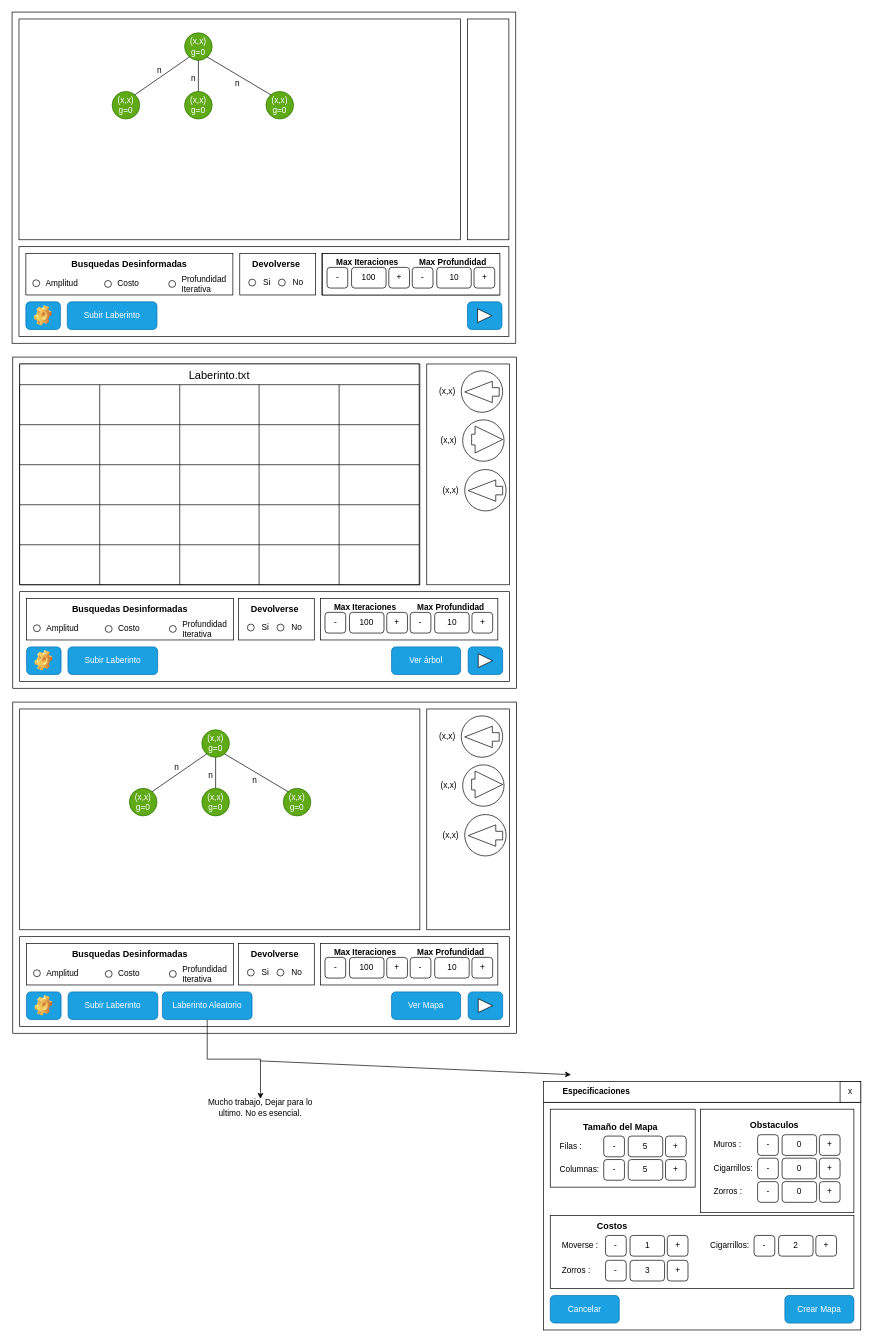
DanielG000/IA-Agentes_y_Laberintos keeps this draw.io diagram as Documentacion/Mockups.drawio. Above is the earlier version. Source tidied: cells renumbered, new cells numbered last; positions are measured from the earlier drawing's top-left corner, leaving out a move shared by most shapes. Both pictures are drawn from the tidied source at 69%, with x=0, y=0 at pixel (12, 12).
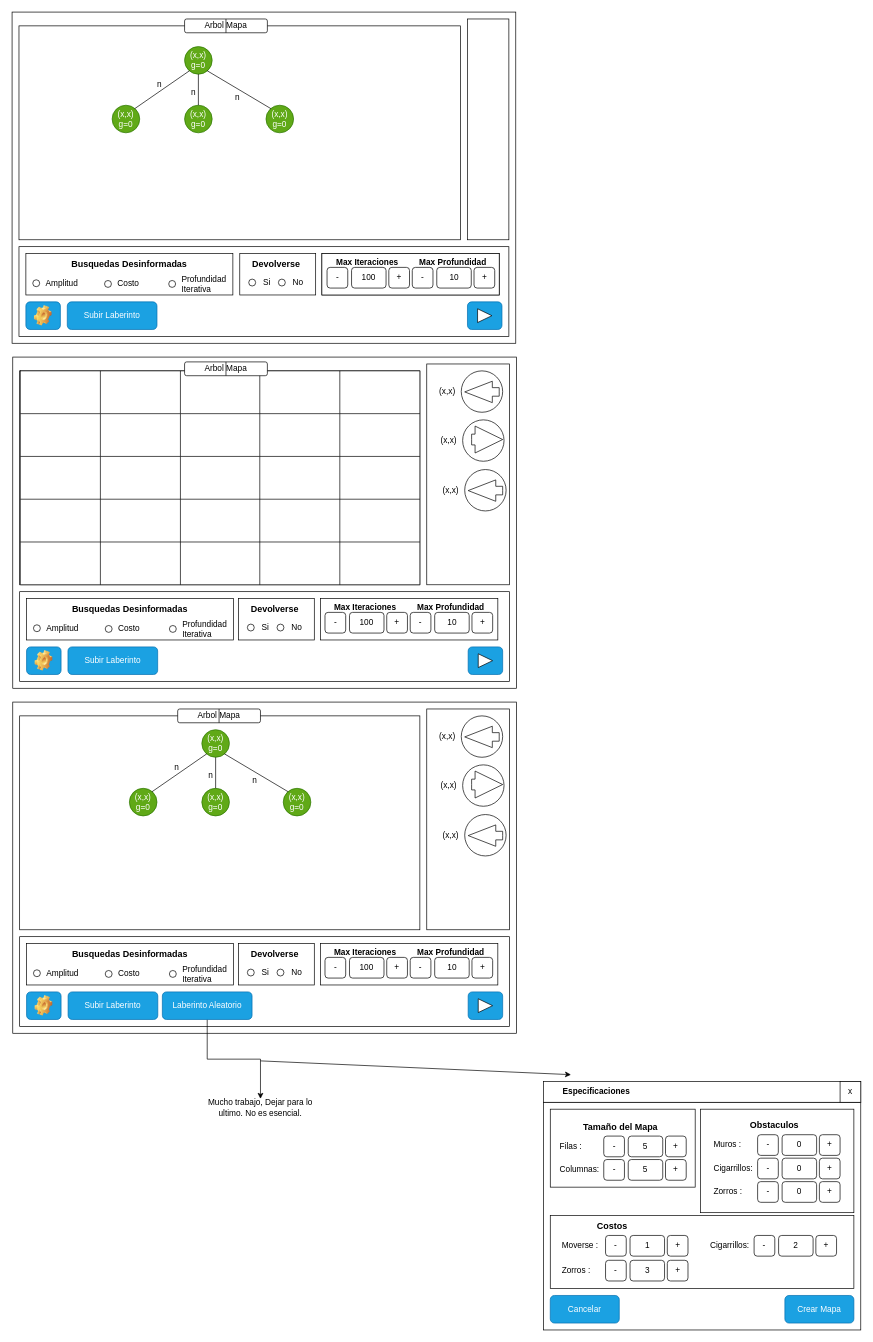
Above is the later version.

The change refers to these unchanged cells:
```xml
<mxCell id="45" style="ellipse;whiteSpace=wrap;html=1;fillColor=#60a917;fontColor=#ffffff;strokeColor=#2D7600;" parent="44" vertex="1">
  <mxGeometry width="40" height="40" as="geometry" />
</mxCell>
```

What changed in the source:
```diff
@@
     <mxCell id="11" style="rounded=0;whiteSpace=wrap;html=1;" parent="1" vertex="1">
-      <mxGeometry x="10" y="10" width="640" height="320" as="geometry" />
+      <mxGeometry x="10" y="20" width="640" height="310" as="geometry" />
     </mxCell>
@@
     <mxCell id="35" style="group;" parent="1" vertex="1">
-      <mxGeometry x="250" y="30" width="40" height="40" as="geometry" />
+      <mxGeometry x="250" y="50" width="40" height="40" as="geometry" />
     </mxCell>
@@
     <mxCell id="38" style="group;" parent="1" vertex="1">
-      <mxGeometry x="145" y="115" width="40" height="40" as="geometry" />
+      <mxGeometry x="145" y="135" width="40" height="40" as="geometry" />
     </mxCell>
@@
     <mxCell id="41" style="group;" parent="1" vertex="1">
-      <mxGeometry x="368" y="115" width="40" height="40" as="geometry" />
+      <mxGeometry x="368" y="135" width="40" height="40" as="geometry" />
     </mxCell>
@@
     <mxCell id="44" style="group;" parent="1" vertex="1">
-      <mxGeometry x="250" y="115" width="40" height="40" as="geometry" />
+      <mxGeometry x="250" y="135" width="40" height="40" as="geometry" />
     </mxCell>
@@
     <mxCell id="48" style="endArrow=none;html=1;rounded=0;exitX=0.5;exitY=0;exitDx=0;exitDy=0;" parent="1" edge="1" source="45">
       <mxGeometry relative="1" as="geometry">
-        <mxPoint x="270" y="70" as="targetPoint" />
+        <mxPoint x="270" y="90" as="targetPoint" />
       </mxGeometry>
     </mxCell>
     <mxCell id="49" value="n" style="text;html=1;strokeColor=none;fillColor=none;align=center;verticalAlign=middle;whiteSpace=wrap;rounded=0;" parent="1" vertex="1">
-      <mxGeometry x="183.5" y="70" width="60" height="30" as="geometry" />
+      <mxGeometry x="183.5" y="90" width="60" height="30" as="geometry" />
     </mxCell>
     <mxCell id="50" value="n" style="text;html=1;strokeColor=none;fillColor=none;align=center;verticalAlign=middle;whiteSpace=wrap;rounded=0;" parent="1" vertex="1">
-      <mxGeometry x="232.5" y="81" width="60" height="30" as="geometry" />
+      <mxGeometry x="232.5" y="101" width="60" height="30" as="geometry" />
     </mxCell>
     <mxCell id="51" value="n" style="text;html=1;strokeColor=none;fillColor=none;align=center;verticalAlign=middle;whiteSpace=wrap;rounded=0;" parent="1" vertex="1">
-      <mxGeometry x="296.5" y="89" width="60" height="30" as="geometry" />
+      <mxGeometry x="296.5" y="109" width="60" height="30" as="geometry" />
     </mxCell>
@@
     <mxCell id="54" style="rounded=0;whiteSpace=wrap;html=1;" parent="1" vertex="1">
-      <mxGeometry x="11" y="510" width="580" height="320" as="geometry" />
+      <mxGeometry x="11" y="520" width="580" height="310" as="geometry" />
     </mxCell>
@@
-    <mxCell id="80" value="Laberinto.txt" style="shape=table;startSize=30;childLayout=tableLayout;strokeColor=default;fontSize=16;" parent="1" vertex="1">
-      <mxGeometry x="11" y="510" width="579" height="320" as="geometry" />
+    <mxCell id="80" style="shape=table;startSize=0;childLayout=tableLayout;strokeColor=default;fontSize=16;" parent="1" vertex="1">
+      <mxGeometry x="12" y="520" width="579" height="310" as="geometry" />
     </mxCell>
     <mxCell id="81" style="shape=tableRow;horizontal=0;startSize=0;swimlaneHead=0;swimlaneBody=0;strokeColor=inherit;top=0;left=0;bottom=0;right=0;fillColor=none;fontSize=16;" parent="80" vertex="1">
-      <mxGeometry y="30" width="579" height="58" as="geometry" />
+      <mxGeometry width="579" height="62" as="geometry" />
     </mxCell>
     <mxCell id="82" style="shape=partialRectangle;html=1;whiteSpace=wrap;strokeColor=inherit;overflow=hidden;fillColor=none;top=0;left=0;bottom=0;right=0;fontSize=16;" parent="81" vertex="1">
-      <mxGeometry width="116" height="58" as="geometry" />
+      <mxGeometry width="116" height="62" as="geometry" />
     </mxCell>
     <mxCell id="83" style="shape=partialRectangle;html=1;whiteSpace=wrap;strokeColor=inherit;overflow=hidden;fillColor=none;top=0;left=0;bottom=0;right=0;fontSize=16;" parent="81" vertex="1">
-      <mxGeometry x="116" width="116" height="58" as="geometry" />
+      <mxGeometry x="116" width="116" height="62" as="geometry" />
     </mxCell>
     <mxCell id="84" style="shape=partialRectangle;html=1;whiteSpace=wrap;strokeColor=inherit;overflow=hidden;fillColor=none;top=0;left=0;bottom=0;right=0;fontSize=16;" parent="81" vertex="1">
-      <mxGeometry x="232" width="115" height="58" as="geometry" />
+      <mxGeometry x="232" width="115" height="62" as="geometry" />
     </mxCell>
     <mxCell id="85" style="shape=partialRectangle;html=1;whiteSpace=wrap;strokeColor=inherit;overflow=hidden;fillColor=none;top=0;left=0;bottom=0;right=0;fontSize=16;" parent="81" vertex="1">
-      <mxGeometry x="347" width="116" height="58" as="geometry" />
+      <mxGeometry x="347" width="116" height="62" as="geometry" />
     </mxCell>
     <mxCell id="86" style="shape=partialRectangle;html=1;whiteSpace=wrap;strokeColor=inherit;overflow=hidden;fillColor=none;top=0;left=0;bottom=0;right=0;fontSize=16;" parent="81" vertex="1">
-      <mxGeometry x="463" width="116" height="58" as="geometry" />
+      <mxGeometry x="463" width="116" height="62" as="geometry" />
     </mxCell>
     <mxCell id="87" style="shape=tableRow;horizontal=0;startSize=0;swimlaneHead=0;swimlaneBody=0;strokeColor=inherit;top=0;left=0;bottom=0;right=0;fillColor=none;fontSize=16;" parent="80" vertex="1">
-      <mxGeometry y="88" width="579" height="58" as="geometry" />
+      <mxGeometry y="62" width="579" height="62" as="geometry" />
     </mxCell>
     <mxCell id="88" style="shape=partialRectangle;html=1;whiteSpace=wrap;strokeColor=inherit;overflow=hidden;fillColor=none;top=0;left=0;bottom=0;right=0;fontSize=16;" parent="87" vertex="1">
-      <mxGeometry width="116" height="58" as="geometry" />
+      <mxGeometry width="116" height="62" as="geometry" />
     </mxCell>
     <mxCell id="89" style="shape=partialRectangle;html=1;whiteSpace=wrap;strokeColor=inherit;overflow=hidden;fillColor=none;top=0;left=0;bottom=0;right=0;fontSize=16;" parent="87" vertex="1">
-      <mxGeometry x="116" width="116" height="58" as="geometry" />
+      <mxGeometry x="116" width="116" height="62" as="geometry" />
     </mxCell>
     <mxCell id="90" style="shape=partialRectangle;html=1;whiteSpace=wrap;strokeColor=inherit;overflow=hidden;fillColor=none;top=0;left=0;bottom=0;right=0;fontSize=16;" parent="87" vertex="1">
-      <mxGeometry x="232" width="115" height="58" as="geometry" />
+      <mxGeometry x="232" width="115" height="62" as="geometry" />
     </mxCell>
     <mxCell id="91" style="shape=partialRectangle;html=1;whiteSpace=wrap;strokeColor=inherit;overflow=hidden;fillColor=none;top=0;left=0;bottom=0;right=0;fontSize=16;" parent="87" vertex="1">
-      <mxGeometry x="347" width="116" height="58" as="geometry" />
+      <mxGeometry x="347" width="116" height="62" as="geometry" />
     </mxCell>
     <mxCell id="92" style="shape=partialRectangle;html=1;whiteSpace=wrap;strokeColor=inherit;overflow=hidden;fillColor=none;top=0;left=0;bottom=0;right=0;fontSize=16;" parent="87" vertex="1">
-      <mxGeometry x="463" width="116" height="58" as="geometry" />
+      <mxGeometry x="463" width="116" height="62" as="geometry" />
     </mxCell>
     <mxCell id="93" style="shape=tableRow;horizontal=0;startSize=0;swimlaneHead=0;swimlaneBody=0;strokeColor=inherit;top=0;left=0;bottom=0;right=0;fillColor=none;fontSize=16;" parent="80" vertex="1">
-      <mxGeometry y="146" width="579" height="58" as="geometry" />
+      <mxGeometry y="124" width="579" height="62" as="geometry" />
     </mxCell>
     <mxCell id="94" style="shape=partialRectangle;html=1;whiteSpace=wrap;strokeColor=inherit;overflow=hidden;fillColor=none;top=0;left=0;bottom=0;right=0;fontSize=16;" parent="93" vertex="1">
-      <mxGeometry width="116" height="58" as="geometry" />
+      <mxGeometry width="116" height="62" as="geometry" />
     </mxCell>
     <mxCell id="95" style="shape=partialRectangle;html=1;whiteSpace=wrap;strokeColor=inherit;overflow=hidden;fillColor=none;top=0;left=0;bottom=0;right=0;fontSize=16;" parent="93" vertex="1">
-      <mxGeometry x="116" width="116" height="58" as="geometry" />
+      <mxGeometry x="116" width="116" height="62" as="geometry" />
     </mxCell>
     <mxCell id="96" style="shape=partialRectangle;html=1;whiteSpace=wrap;strokeColor=inherit;overflow=hidden;fillColor=none;top=0;left=0;bottom=0;right=0;fontSize=16;" parent="93" vertex="1">
-      <mxGeometry x="232" width="115" height="58" as="geometry" />
+      <mxGeometry x="232" width="115" height="62" as="geometry" />
     </mxCell>
     <mxCell id="97" style="shape=partialRectangle;html=1;whiteSpace=wrap;strokeColor=inherit;overflow=hidden;fillColor=none;top=0;left=0;bottom=0;right=0;fontSize=16;" parent="93" vertex="1">
-      <mxGeometry x="347" width="116" height="58" as="geometry" />
+      <mxGeometry x="347" width="116" height="62" as="geometry" />
     </mxCell>
     <mxCell id="98" style="shape=partialRectangle;html=1;whiteSpace=wrap;strokeColor=inherit;overflow=hidden;fillColor=none;top=0;left=0;bottom=0;right=0;fontSize=16;" parent="93" vertex="1">
-      <mxGeometry x="463" width="116" height="58" as="geometry" />
+      <mxGeometry x="463" width="116" height="62" as="geometry" />
     </mxCell>
     <mxCell id="99" style="shape=tableRow;horizontal=0;startSize=0;swimlaneHead=0;swimlaneBody=0;strokeColor=inherit;top=0;left=0;bottom=0;right=0;fillColor=none;fontSize=16;" parent="80" vertex="1">
-      <mxGeometry y="204" width="579" height="58" as="geometry" />
+      <mxGeometry y="186" width="579" height="62" as="geometry" />
     </mxCell>
     <mxCell id="100" style="shape=partialRectangle;html=1;whiteSpace=wrap;strokeColor=inherit;overflow=hidden;fillColor=none;top=0;left=0;bottom=0;right=0;fontSize=16;" parent="99" vertex="1">
-      <mxGeometry width="116" height="58" as="geometry" />
+      <mxGeometry width="116" height="62" as="geometry" />
     </mxCell>
     <mxCell id="101" style="shape=partialRectangle;html=1;whiteSpace=wrap;strokeColor=inherit;overflow=hidden;fillColor=none;top=0;left=0;bottom=0;right=0;fontSize=16;" parent="99" vertex="1">
-      <mxGeometry x="116" width="116" height="58" as="geometry" />
+      <mxGeometry x="116" width="116" height="62" as="geometry" />
     </mxCell>
     <mxCell id="102" style="shape=partialRectangle;html=1;whiteSpace=wrap;strokeColor=inherit;overflow=hidden;fillColor=none;top=0;left=0;bottom=0;right=0;fontSize=16;" parent="99" vertex="1">
-      <mxGeometry x="232" width="115" height="58" as="geometry" />
+      <mxGeometry x="232" width="115" height="62" as="geometry" />
     </mxCell>
     <mxCell id="103" style="shape=partialRectangle;html=1;whiteSpace=wrap;strokeColor=inherit;overflow=hidden;fillColor=none;top=0;left=0;bottom=0;right=0;fontSize=16;" parent="99" vertex="1">
-      <mxGeometry x="347" width="116" height="58" as="geometry" />
+      <mxGeometry x="347" width="116" height="62" as="geometry" />
     </mxCell>
     <mxCell id="104" style="shape=partialRectangle;html=1;whiteSpace=wrap;strokeColor=inherit;overflow=hidden;fillColor=none;top=0;left=0;bottom=0;right=0;fontSize=16;" parent="99" vertex="1">
-      <mxGeometry x="463" width="116" height="58" as="geometry" />
+      <mxGeometry x="463" width="116" height="62" as="geometry" />
     </mxCell>
     <mxCell id="105" style="shape=tableRow;horizontal=0;startSize=0;swimlaneHead=0;swimlaneBody=0;strokeColor=inherit;top=0;left=0;bottom=0;right=0;fillColor=none;fontSize=16;" parent="80" vertex="1">
-      <mxGeometry y="262" width="579" height="58" as="geometry" />
+      <mxGeometry y="248" width="579" height="62" as="geometry" />
     </mxCell>
     <mxCell id="106" style="shape=partialRectangle;html=1;whiteSpace=wrap;strokeColor=inherit;overflow=hidden;fillColor=none;top=0;left=0;bottom=0;right=0;fontSize=16;" parent="105" vertex="1">
-      <mxGeometry width="116" height="58" as="geometry" />
+      <mxGeometry width="116" height="62" as="geometry" />
     </mxCell>
     <mxCell id="107" style="shape=partialRectangle;html=1;whiteSpace=wrap;strokeColor=inherit;overflow=hidden;fillColor=none;top=0;left=0;bottom=0;right=0;fontSize=16;" parent="105" vertex="1">
-      <mxGeometry x="116" width="116" height="58" as="geometry" />
+      <mxGeometry x="116" width="116" height="62" as="geometry" />
     </mxCell>
     <mxCell id="108" style="shape=partialRectangle;html=1;whiteSpace=wrap;strokeColor=inherit;overflow=hidden;fillColor=none;top=0;left=0;bottom=0;right=0;fontSize=16;" parent="105" vertex="1">
-      <mxGeometry x="232" width="115" height="58" as="geometry" />
+      <mxGeometry x="232" width="115" height="62" as="geometry" />
     </mxCell>
     <mxCell id="109" style="shape=partialRectangle;html=1;whiteSpace=wrap;strokeColor=inherit;overflow=hidden;fillColor=none;top=0;left=0;bottom=0;right=0;fontSize=16;" parent="105" vertex="1">
-      <mxGeometry x="347" width="116" height="58" as="geometry" />
+      <mxGeometry x="347" width="116" height="62" as="geometry" />
     </mxCell>
     <mxCell id="110" style="shape=partialRectangle;html=1;whiteSpace=wrap;strokeColor=inherit;overflow=hidden;fillColor=none;top=0;left=0;bottom=0;right=0;fontSize=16;" parent="105" vertex="1">
-      <mxGeometry x="463" width="116" height="58" as="geometry" />
+      <mxGeometry x="463" width="116" height="62" as="geometry" />
     </mxCell>
-    <mxCell id="111" value="Ver árbol" style="rounded=1;whiteSpace=wrap;html=1;fillColor=#1ba1e2;fontColor=#ffffff;strokeColor=#006EAF;" parent="1" vertex="1">
-      <mxGeometry x="550" y="920" width="100" height="40" as="geometry" />
-    </mxCell>
@@
     <mxCell id="113" style="rounded=0;whiteSpace=wrap;html=1;" parent="1" vertex="1">
-      <mxGeometry x="11" y="1010" width="580" height="320" as="geometry" />
+      <mxGeometry x="11" y="1020" width="580" height="310" as="geometry" />
     </mxCell>
@@
-    <mxCell id="140" value="Ver Mapa" style="rounded=1;whiteSpace=wrap;html=1;fillColor=#1ba1e2;fontColor=#ffffff;strokeColor=#006EAF;" parent="1" vertex="1">
-      <mxGeometry x="550" y="1420" width="100" height="40" as="geometry" />
-    </mxCell>
@@
     <mxCell id="213" style="rounded=0;whiteSpace=wrap;html=1;" parent="1" vertex="1">
-      <mxGeometry x="450" y="350" width="257" height="60" as="geometry" />
+      <mxGeometry x="449" y="350" width="257" height="60" as="geometry" />
     </mxCell>
@@
+    <mxCell id="240" value="Arbol&lt;span style=&quot;white-space: pre;&quot;&gt; &lt;/span&gt;Mapa" style="rounded=1;whiteSpace=wrap;html=1;" parent="1" vertex="1">
+      <mxGeometry x="250" y="10" width="120" height="20" as="geometry" />
+    </mxCell>
+    <mxCell id="241" style="endArrow=none;html=1;rounded=0;entryX=0.5;entryY=0;entryDx=0;entryDy=0;exitX=0.5;exitY=1;exitDx=0;exitDy=0;" parent="1" edge="1" source="240" target="240">
+      <mxGeometry relative="1" as="geometry" />
+    </mxCell>
+    <mxCell id="242" value="Arbol&lt;span style=&quot;white-space: pre;&quot;&gt; &lt;/span&gt;Mapa" style="rounded=1;whiteSpace=wrap;html=1;" parent="1" vertex="1">
+      <mxGeometry x="250" y="507" width="120" height="20" as="geometry" />
+    </mxCell>
+    <mxCell id="243" style="endArrow=none;html=1;rounded=0;entryX=0.5;entryY=0;entryDx=0;entryDy=0;exitX=0.5;exitY=1;exitDx=0;exitDy=0;" parent="1" edge="1" source="242" target="242">
+      <mxGeometry relative="1" as="geometry" />
+    </mxCell>
+    <mxCell id="244" value="Arbol&lt;span style=&quot;white-space: pre;&quot;&gt; &lt;/span&gt;Mapa" style="rounded=1;whiteSpace=wrap;html=1;" parent="1" vertex="1">
+      <mxGeometry x="240" y="1010" width="120" height="20" as="geometry" />
+    </mxCell>
+    <mxCell id="245" style="endArrow=none;html=1;rounded=0;entryX=0.5;entryY=0;entryDx=0;entryDy=0;exitX=0.5;exitY=1;exitDx=0;exitDy=0;" parent="1" edge="1" source="244" target="244">
+      <mxGeometry relative="1" as="geometry" />
+    </mxCell>
```
